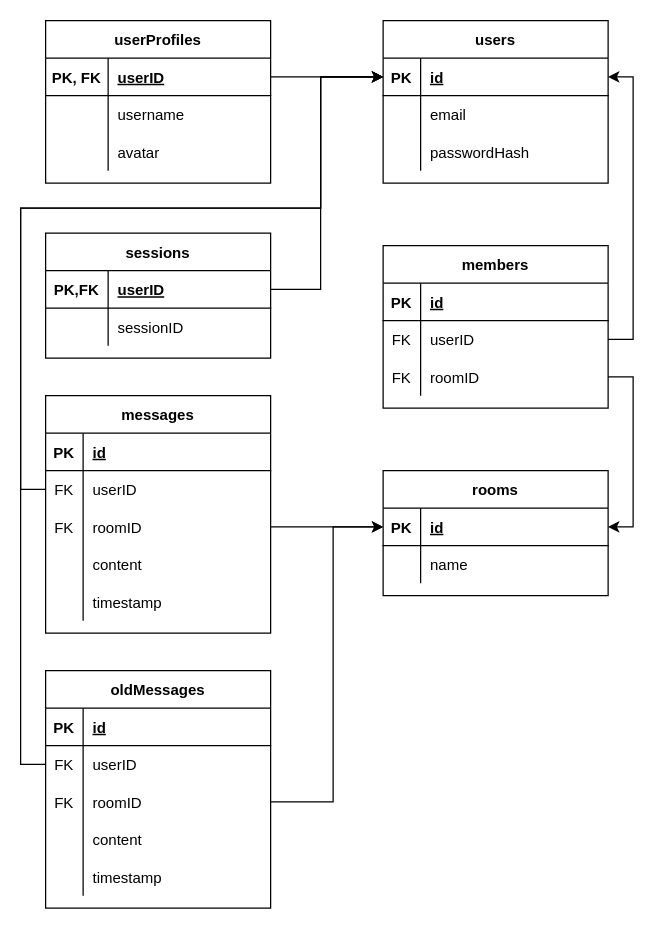
Before: database.drawio in EliasEriksson/Chat.app, a draw.io diagram. Source tidied: cells renumbered, new cells numbered last; positions are measured from the earlier drawing's top-left corner, leaving out a move shared by most shapes. Both pictures are drawn from the tidied source at 125%, with x=0, y=0 at pixel (20, 20).
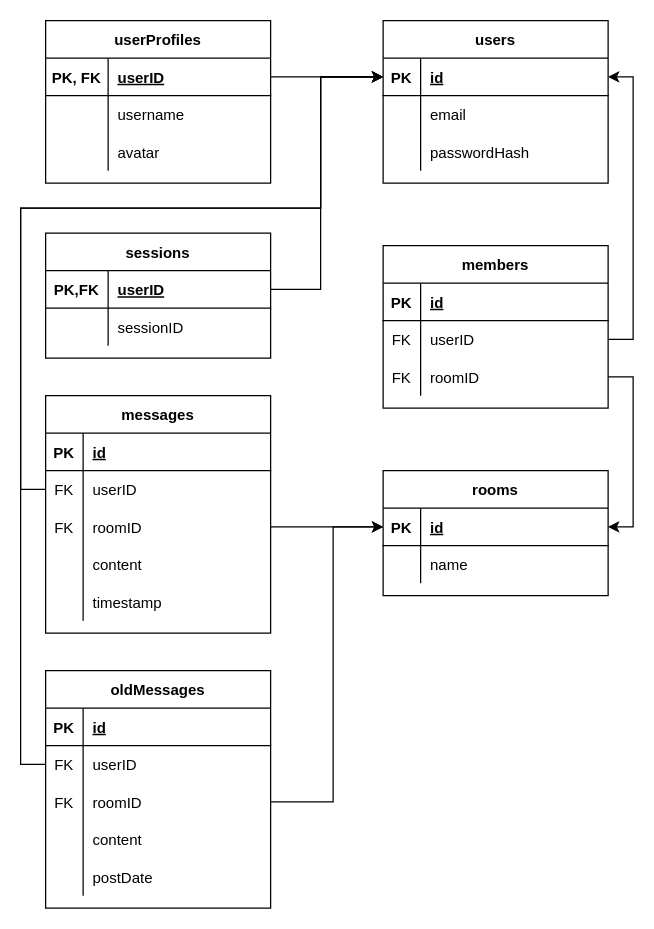
Above is the later version.

Unchanged cells that the change refers to:
```xml
<mxCell id="81" style="shape=partialRectangle;fillColor=none;top=0;left=0;bottom=0;right=0;" parent="68" vertex="1">
  <mxGeometry y="150" width="180" height="30" as="geometry" />
</mxCell>
```

Diff of the diagram source:
```diff
@@
-    <mxCell id="83" value="timestamp" style="shape=partialRectangle;fillColor=none;top=0;left=0;bottom=0;right=0;align=left;spacingLeft=6;overflow=hidden;" parent="81" vertex="1">
+    <mxCell id="83" value="postDate" style="shape=partialRectangle;fillColor=none;top=0;left=0;bottom=0;right=0;align=left;spacingLeft=6;overflow=hidden;" parent="81" vertex="1">
       <mxGeometry x="30" width="150" height="30" as="geometry" />
     </mxCell>
```
